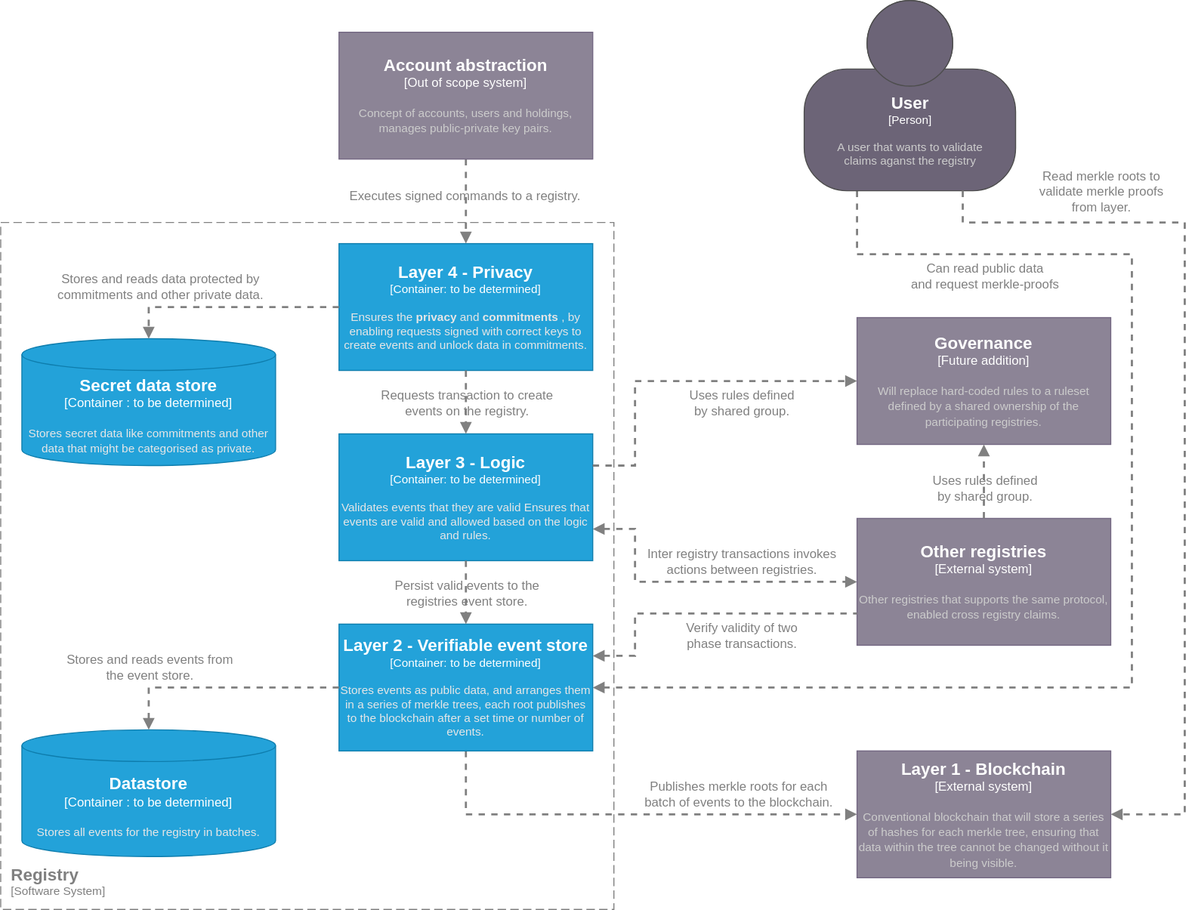
Above: doc/container_diagram.drawio.svg in project-origin/registry (draw.io), before the change. Source tidied: cells renumbered, new cells last; positions are measured from the earlier drawing's top-left corner, leaving out a move shared by most shapes.
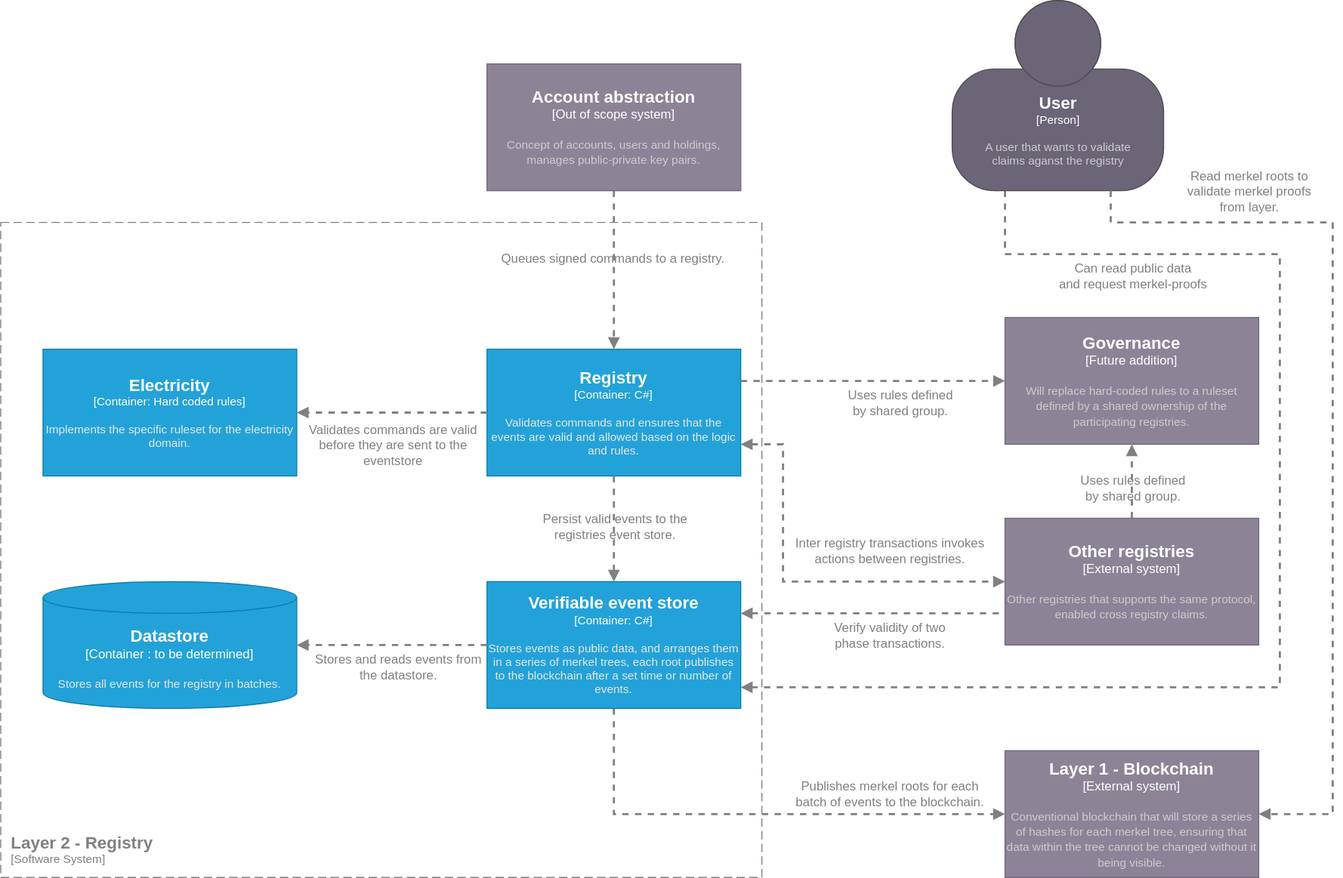
The same diagram one commit later.

What changed in the source:
```diff
@@ -11,20 +11,20 @@
     </mxCell>
     <mxCell id="3" value="Publishes merkel roots for each &lt;br&gt;batch of events to the blockchain." style="edgeLabel;html=1;align=center;verticalAlign=middle;fontSize=12;labelBackgroundColor=none;rounded=0;fontColor=#808080;" parent="2" vertex="1">
       <mxGeometry x="-0.14" y="-1" relative="1" as="geometry">
-        <mxPoint x="132" y="-21" as="offset" />
+        <mxPoint x="157" y="-21" as="offset" />
       </mxGeometry>
     </mxCell>
     <mxCell id="4" style="edgeStyle=none;html=1;exitX=1;exitY=0.75;exitDx=0;exitDy=0;exitPerimeter=0;entryX=0;entryY=0.5;entryDx=0;entryDy=0;entryPerimeter=0;dashed=1;startArrow=block;startFill=1;endArrow=block;endFill=1;rounded=0;fontColor=#808080;strokeColor=#808080;strokeWidth=2;" parent="1" edge="1" source="16" target="7">
       <mxGeometry relative="1" as="geometry">
         <Array as="points">
-          <mxPoint x="600" y="500" />
+          <mxPoint x="600" y="420" />
           <mxPoint x="600" y="550" />
         </Array>
       </mxGeometry>
     </mxCell>
     <mxCell id="5" value="Inter registry transactions invokes&lt;br&gt;actions between registries." style="edgeLabel;html=1;align=center;verticalAlign=middle;fontSize=12;labelBackgroundColor=none;rounded=0;fontColor=#808080;" parent="4" vertex="1">
       <mxGeometry x="-0.09" relative="1" as="geometry">
-        <mxPoint x="53" y="-20" as="offset" />
+        <mxPoint x="97" y="-30" as="offset" />
       </mxGeometry>
     </mxCell>
     <object id="6" label="&lt;font style=&quot;font-size: 16px&quot;&gt;&lt;b&gt;%c4Name%&lt;/b&gt;&lt;/font&gt;&lt;div&gt;[%c4Type%]&lt;/div&gt;&lt;br&gt;&lt;div&gt;&lt;font style=&quot;font-size: 11px&quot;&gt;&lt;font color=&quot;#cccccc&quot;&gt;%c4Description%&lt;/font&gt;&lt;/div&gt;" c4Description="Conventional blockchain that will store a series of hashes for each merkel tree, ensuring that data within the tree cannot be changed without it being visible." c4Name="Layer 1 - Blockchain" c4Type="External system" placeholders="1">
@@ -37,15 +37,15 @@
         <mxGeometry x="810" y="490" width="240" height="120" as="geometry" />
       </mxCell>
     </object>
-    <mxCell id="8" style="edgeStyle=none;html=1;entryX=0.5;entryY=0;entryDx=0;entryDy=0;entryPerimeter=0;dashed=1;fontSize=12;endArrow=block;endFill=1;rounded=0;fontColor=#808080;strokeColor=#808080;strokeWidth=2;" parent="1" edge="1" source="10" target="17">
+    <mxCell id="8" style="edgeStyle=none;html=1;entryX=0.5;entryY=0;entryDx=0;entryDy=0;entryPerimeter=0;dashed=1;fontSize=12;endArrow=block;endFill=1;rounded=0;fontColor=#808080;strokeColor=#808080;strokeWidth=2;" parent="1" edge="1" source="10" target="16">
       <mxGeometry relative="1" as="geometry" />
     </mxCell>
-    <mxCell id="9" value="Executes signed commands to a registry." style="edgeLabel;html=1;align=center;verticalAlign=middle;fontSize=12;labelBackgroundColor=none;rounded=0;fontColor=#808080;" parent="8" vertex="1">
+    <mxCell id="9" value="Queues signed commands to a registry." style="edgeLabel;html=1;align=center;verticalAlign=middle;fontSize=12;labelBackgroundColor=none;rounded=0;fontColor=#808080;" parent="8" vertex="1">
       <mxGeometry x="-0.15" y="-2" relative="1" as="geometry" />
     </mxCell>
     <object id="10" label="&lt;font style=&quot;font-size: 16px&quot;&gt;&lt;b&gt;%c4Name%&lt;/b&gt;&lt;/font&gt;&lt;div&gt;[%c4Type%]&lt;/div&gt;&lt;br&gt;&lt;div&gt;&lt;font style=&quot;font-size: 11px&quot;&gt;&lt;font color=&quot;#cccccc&quot;&gt;%c4Description%&lt;/font&gt;&lt;/div&gt;" c4Description="Concept of accounts, users and holdings, manages public-private key pairs.  " c4Name="Account abstraction" c4Type="Out of scope system" placeholders="1">
       <mxCell style="rounded=0;whiteSpace=wrap;html=1;labelBackgroundColor=none;fillColor=#8C8496;fontColor=#ffffff;align=center;arcSize=10;strokeColor=#736782;points=[[0.25,0,0],[0.5,0,0],[0.75,0,0],[1,0.25,0],[1,0.5,0],[1,0.75,0],[0.75,1,0],[0.5,1,0],[0.25,1,0],[0,0.75,0],[0,0.5,0],[0,0.25,0]];" parent="1" vertex="1">
-        <mxGeometry x="320" y="30" width="240" height="120" as="geometry" />
+        <mxGeometry x="320" y="60" width="240" height="120" as="geometry" />
       </mxCell>
     </object>
     <mxCell id="11" style="edgeStyle=none;html=1;dashed=1;fontSize=12;endArrow=block;endFill=1;exitX=0.25;exitY=1;exitDx=0;exitDy=0;exitPerimeter=0;rounded=0;fontColor=#808080;strokeColor=#808080;strokeWidth=2;" parent="1" edge="1" source="13">
@@ -69,24 +69,24 @@
         <mxGeometry x="760" width="200" height="180" as="geometry" />
       </mxCell>
     </object>
-    <object id="14" label="&lt;font style=&quot;font-size: 16px&quot;&gt;&lt;b&gt;&lt;div style=&quot;text-align: left&quot;&gt;%c4Name%&lt;/div&gt;&lt;/b&gt;&lt;/font&gt;&lt;div style=&quot;text-align: left&quot;&gt;[%c4Application%]&lt;/div&gt;" c4Application="Software System" c4Name="Registry" c4Type="SystemScopeBoundary" placeholders="1">
+    <object id="14" label="&lt;font style=&quot;font-size: 16px&quot;&gt;&lt;b&gt;&lt;div style=&quot;text-align: left&quot;&gt;%c4Name%&lt;/div&gt;&lt;/b&gt;&lt;/font&gt;&lt;div style=&quot;text-align: left&quot;&gt;[%c4Application%]&lt;/div&gt;" c4Application="Software System" c4Name="Layer 2 - Registry" c4Type="SystemScopeBoundary" placeholders="1">
       <mxCell style="rounded=0;fontSize=11;whiteSpace=wrap;html=1;dashed=1;arcSize=20;fillColor=none;strokeColor=#808080;fontColor=#808080;labelBackgroundColor=none;align=left;verticalAlign=bottom;labelBorderColor=none;spacingTop=0;spacing=10;dashPattern=8 4;perimeter=rectanglePerimeter;labelPadding=0;absoluteArcSize=1;strokeWidth=1;" parent="1" vertex="1">
-        <mxGeometry y="210" width="580" height="650" as="geometry" />
+        <mxGeometry x="-140" y="210" width="720" height="620" as="geometry" />
       </mxCell>
     </object>
-    <object id="15" label="&lt;font style=&quot;font-size: 16px&quot;&gt;&lt;b&gt;%c4Name%&lt;/b&gt;&lt;/font&gt;&lt;div&gt;[%c4Type%: %c4Technology%]&lt;/div&gt;&lt;br&gt;&lt;div&gt;&lt;font style=&quot;font-size: 11px&quot;&gt;&lt;font color=&quot;#E6E6E6&quot;&gt;%c4Description%&lt;/font&gt;&lt;/div&gt;" c4Description="Stores events as public data, and arranges them in a series of merkel trees, each root publishes to the blockchain after a set time or number of events." c4Name="Layer 2 - Verifiable event store" c4Technology="to be determined" c4Type="Container" placeholders="1">
+    <object id="15" label="&lt;font style=&quot;font-size: 16px&quot;&gt;&lt;b&gt;%c4Name%&lt;/b&gt;&lt;/font&gt;&lt;div&gt;[%c4Type%: %c4Technology%]&lt;/div&gt;&lt;br&gt;&lt;div&gt;&lt;font style=&quot;font-size: 11px&quot;&gt;&lt;font color=&quot;#E6E6E6&quot;&gt;%c4Description%&lt;/font&gt;&lt;/div&gt;" c4Description="Stores events as public data, and arranges them in a series of merkel trees, each root publishes to the blockchain after a set time or number of events." c4Name="Verifiable event store" c4Technology="C#" c4Type="Container" placeholders="1">
       <mxCell style="rounded=0;whiteSpace=wrap;html=1;fontSize=11;labelBackgroundColor=none;fillColor=#23A2D9;fontColor=#ffffff;align=center;arcSize=10;strokeColor=#0E7DAD;points=[[0.25,0,0],[0.5,0,0],[0.75,0,0],[1,0.25,0],[1,0.5,0],[1,0.75,0],[0.75,1,0],[0.5,1,0],[0.25,1,0],[0,0.75,0],[0,0.5,0],[0,0.25,0]];" parent="1" vertex="1">
-        <mxGeometry x="320" y="590" width="240" height="120" as="geometry" />
+        <mxGeometry x="320" y="550" width="240" height="120" as="geometry" />
       </mxCell>
     </object>
-    <object id="16" label="&lt;font style=&quot;font-size: 16px&quot;&gt;&lt;b&gt;%c4Name%&lt;/b&gt;&lt;/font&gt;&lt;div&gt;[%c4Type%: %c4Technology%]&lt;/div&gt;&lt;br&gt;&lt;div&gt;&lt;font style=&quot;font-size: 11px&quot;&gt;&lt;font color=&quot;#E6E6E6&quot;&gt;%c4Description%&lt;/font&gt;&lt;/div&gt;" c4Description="Validates events that they are valid Ensures that events are valid and allowed based on the logic and rules." c4Name="Layer 3 - Logic" c4Technology="to be determined" c4Type="Container" placeholders="1">
+    <object id="16" label="&lt;font style=&quot;font-size: 16px&quot;&gt;&lt;b&gt;%c4Name%&lt;/b&gt;&lt;/font&gt;&lt;div&gt;[%c4Type%: %c4Technology%]&lt;/div&gt;&lt;br&gt;&lt;div&gt;&lt;font style=&quot;font-size: 11px&quot;&gt;&lt;font color=&quot;#E6E6E6&quot;&gt;%c4Description%&lt;/font&gt;&lt;/div&gt;" c4Description="Validates commands and ensures that the events are valid and allowed based on the logic and rules." c4Name="Registry" c4Technology="C#" c4Type="Container" placeholders="1">
       <mxCell style="rounded=0;whiteSpace=wrap;html=1;fontSize=11;labelBackgroundColor=none;fillColor=#23A2D9;fontColor=#ffffff;align=center;arcSize=10;strokeColor=#0E7DAD;points=[[0.25,0,0],[0.5,0,0],[0.75,0,0],[1,0.25,0],[1,0.5,0],[1,0.75,0],[0.75,1,0],[0.5,1,0],[0.25,1,0],[0,0.75,0],[0,0.5,0],[0,0.25,0]];" parent="1" vertex="1">
-        <mxGeometry x="320" y="410" width="240" height="120" as="geometry" />
+        <mxGeometry x="320" y="330" width="240" height="120" as="geometry" />
       </mxCell>
     </object>
-    <object id="17" label="&lt;font style=&quot;font-size: 16px&quot;&gt;&lt;b&gt;%c4Name%&lt;/b&gt;&lt;/font&gt;&lt;div&gt;[%c4Type%: %c4Technology%]&lt;/div&gt;&lt;br&gt;&lt;div&gt;&lt;font style=&quot;font-size: 11px&quot;&gt;&lt;font color=&quot;#E6E6E6&quot;&gt;%c4Description%&lt;/font&gt;&lt;/div&gt;" c4Description="Ensures the &lt;b&gt;privacy&lt;/b&gt; and &lt;b&gt;commitments&lt;/b&gt;, by enabling requests signed with correct keys to create events and unlock data in commitments." c4Name="Layer 4 - Privacy" c4Technology="to be determined" c4Type="Container" placeholders="1">
+    <object id="17" label="&lt;font style=&quot;font-size: 16px&quot;&gt;&lt;b&gt;%c4Name%&lt;/b&gt;&lt;/font&gt;&lt;div&gt;[%c4Type%: %c4Technology%]&lt;/div&gt;&lt;br&gt;&lt;div&gt;&lt;font style=&quot;font-size: 11px&quot;&gt;&lt;font color=&quot;#E6E6E6&quot;&gt;%c4Description%&lt;/font&gt;&lt;/div&gt;" c4Description="Implements the specific ruleset for the electricity domain." c4Name="Electricity" c4Technology="Hard coded rules" c4Type="Container" placeholders="1">
       <mxCell style="rounded=0;whiteSpace=wrap;html=1;fontSize=11;labelBackgroundColor=none;fillColor=#23A2D9;fontColor=#ffffff;align=center;arcSize=10;strokeColor=#0E7DAD;points=[[0.25,0,0],[0.5,0,0],[0.75,0,0],[1,0.25,0],[1,0.5,0],[1,0.75,0],[0.75,1,0],[0.5,1,0],[0.25,1,0],[0,0.75,0],[0,0.5,0],[0,0.25,0]];" parent="1" vertex="1">
-        <mxGeometry x="320" y="230" width="240" height="120" as="geometry" />
+        <mxGeometry x="-100" y="330" width="240" height="120" as="geometry" />
       </mxCell>
     </object>
     <mxCell id="18" style="edgeStyle=none;html=1;entryX=0.5;entryY=0;entryDx=0;entryDy=0;entryPerimeter=0;dashed=1;endArrow=block;endFill=1;rounded=0;fontColor=#808080;strokeColor=#808080;exitX=0.5;exitY=1;exitDx=0;exitDy=0;exitPerimeter=0;strokeWidth=2;" parent="1" edge="1" source="16" target="15">
@@ -97,46 +97,25 @@
         <mxPoint x="1" y="4" as="offset" />
       </mxGeometry>
     </mxCell>
-    <mxCell id="20" style="edgeStyle=none;html=1;entryX=0.5;entryY=0;entryDx=0;entryDy=0;entryPerimeter=0;dashed=1;endArrow=block;endFill=1;rounded=0;fontColor=#808080;strokeColor=#808080;exitX=0.5;exitY=1;exitDx=0;exitDy=0;exitPerimeter=0;strokeWidth=2;" parent="1" edge="1" source="17" target="16">
+    <mxCell id="20" style="edgeStyle=none;html=1;dashed=1;endArrow=block;endFill=1;rounded=0;fontColor=#808080;strokeColor=#808080;strokeWidth=2;exitX=0;exitY=0.5;exitDx=0;exitDy=0;exitPerimeter=0;entryX=1;entryY=0.5;entryDx=0;entryDy=0;entryPerimeter=0;" parent="1" edge="1" source="16" target="17">
       <mxGeometry relative="1" as="geometry" />
     </mxCell>
-    <mxCell id="21" value="Requests transaction to create &lt;br&gt;events on the registry.&amp;nbsp;" style="edgeLabel;html=1;align=center;verticalAlign=middle;fontSize=12;labelBackgroundColor=none;rounded=0;fontColor=#808080;" parent="20" vertex="1">
+    <mxCell id="21" value="Validates commands are valid&lt;br&gt;before&amp;nbsp;they are sent to the&lt;br&gt;eventstore" style="edgeLabel;html=1;align=center;verticalAlign=middle;fontSize=12;labelBackgroundColor=none;rounded=0;fontColor=#808080;" parent="20" vertex="1">
       <mxGeometry x="-0.14" y="-1" relative="1" as="geometry">
-        <mxPoint x="1" y="4" as="offset" />
+        <mxPoint x="-12" y="31" as="offset" />
       </mxGeometry>
     </mxCell>
-    <object id="22" label="&lt;font style=&quot;font-size: 16px&quot;&gt;&lt;b&gt;%c4Type%&lt;/font&gt;&lt;div&gt;[%c4Container%:&amp;nbsp;%c4Technology%]&lt;/div&gt;&lt;br&gt;&lt;div&gt;&lt;font style=&quot;font-size: 11px&quot;&gt;&lt;font color=&quot;#E6E6E6&quot;&gt;%c4Description%&lt;/font&gt;&lt;/div&gt;" c4Container="Container " c4Description="Stores secret data like commitments and other data that might be categorised as private." c4Technology="to be determined" c4Type="Secret data store" placeholders="1">
-      <mxCell style="shape=cylinder3;size=15;whiteSpace=wrap;html=1;boundedLbl=1;rounded=0;labelBackgroundColor=none;fillColor=#23A2D9;fontSize=12;fontColor=#ffffff;align=center;strokeColor=#0E7DAD;points=[[0.5,0,0],[1,0.25,0],[1,0.5,0],[1,0.75,0],[0.5,1,0],[0,0.75,0],[0,0.5,0],[0,0.25,0]];" parent="1" vertex="1">
-        <mxGeometry x="20" y="320" width="240" height="120" as="geometry" />
-      </mxCell>
-    </object>
-    <mxCell id="23" style="edgeStyle=none;html=1;entryX=0.5;entryY=0;entryDx=0;entryDy=0;entryPerimeter=0;dashed=1;endArrow=block;endFill=1;rounded=0;fontColor=#808080;strokeColor=#808080;exitX=0;exitY=0.5;exitDx=0;exitDy=0;exitPerimeter=0;strokeWidth=2;" parent="1" edge="1" source="17" target="22">
-      <mxGeometry relative="1" as="geometry">
-        <Array as="points">
-          <mxPoint x="140" y="290" />
-        </Array>
-      </mxGeometry>
-    </mxCell>
-    <mxCell id="24" value="Stores and reads data protected by&lt;br&gt;commitments and other private data." style="edgeLabel;html=1;align=center;verticalAlign=middle;fontSize=12;labelBackgroundColor=none;rounded=0;fontColor=#808080;" parent="23" vertex="1">
-      <mxGeometry x="-0.14" y="-1" relative="1" as="geometry">
-        <mxPoint x="-79" y="-19" as="offset" />
-      </mxGeometry>
-    </mxCell>
     <object id="25" label="&lt;font style=&quot;font-size: 16px&quot;&gt;&lt;b&gt;%c4Type%&lt;/font&gt;&lt;div&gt;[%c4Container%:&amp;nbsp;%c4Technology%]&lt;/div&gt;&lt;br&gt;&lt;div&gt;&lt;font style=&quot;font-size: 11px&quot;&gt;&lt;font color=&quot;#E6E6E6&quot;&gt;%c4Description%&lt;/font&gt;&lt;/div&gt;" c4Container="Container " c4Description="Stores all events for the registry in batches." c4Technology="to be determined" c4Type="Datastore" placeholders="1">
       <mxCell style="shape=cylinder3;size=15;whiteSpace=wrap;html=1;boundedLbl=1;rounded=0;labelBackgroundColor=none;fillColor=#23A2D9;fontSize=12;fontColor=#ffffff;align=center;strokeColor=#0E7DAD;points=[[0.5,0,0],[1,0.25,0],[1,0.5,0],[1,0.75,0],[0.5,1,0],[0,0.75,0],[0,0.5,0],[0,0.25,0]];" parent="1" vertex="1">
-        <mxGeometry x="20" y="690" width="240" height="120" as="geometry" />
+        <mxGeometry x="-100" y="550" width="240" height="120" as="geometry" />
       </mxCell>
     </object>
-    <mxCell id="26" style="edgeStyle=none;html=1;entryX=0.5;entryY=0;entryDx=0;entryDy=0;entryPerimeter=0;dashed=1;endArrow=block;endFill=1;rounded=0;fontColor=#808080;strokeColor=#808080;exitX=0;exitY=0.5;exitDx=0;exitDy=0;exitPerimeter=0;strokeWidth=2;" parent="1" edge="1" source="15" target="25">
-      <mxGeometry relative="1" as="geometry">
-        <Array as="points">
-          <mxPoint x="140" y="650" />
-        </Array>
-      </mxGeometry>
+    <mxCell id="26" style="edgeStyle=none;html=1;entryX=1;entryY=0.5;entryDx=0;entryDy=0;entryPerimeter=0;dashed=1;endArrow=block;endFill=1;rounded=0;fontColor=#808080;strokeColor=#808080;exitX=0;exitY=0.5;exitDx=0;exitDy=0;exitPerimeter=0;strokeWidth=2;" parent="1" edge="1" source="15" target="25">
+      <mxGeometry relative="1" as="geometry" />
     </mxCell>
-    <mxCell id="27" value="Stores and reads events from&lt;br&gt;the event store." style="edgeLabel;html=1;align=center;verticalAlign=middle;fontSize=12;labelBackgroundColor=none;rounded=0;fontColor=#808080;" parent="26" vertex="1">
+    <mxCell id="27" value="Stores and reads events from&lt;br&gt;the datastore." style="edgeLabel;html=1;align=center;verticalAlign=middle;fontSize=12;labelBackgroundColor=none;rounded=0;fontColor=#808080;" parent="26" vertex="1">
       <mxGeometry x="-0.14" y="-1" relative="1" as="geometry">
-        <mxPoint x="-85" y="-19" as="offset" />
+        <mxPoint x="-7" y="21" as="offset" />
       </mxGeometry>
     </mxCell>
     <object id="28" label="&lt;font style=&quot;font-size: 16px&quot;&gt;&lt;b&gt;%c4Name%&lt;/b&gt;&lt;/font&gt;&lt;div&gt;[%c4Type%]&lt;/div&gt;&lt;br&gt;&lt;div&gt;&lt;font style=&quot;font-size: 11px&quot;&gt;&lt;font color=&quot;#cccccc&quot;&gt;%c4Description%&lt;/font&gt;&lt;/div&gt;" c4Description="Will replace hard-coded rules to a ruleset defined by a shared ownership of the participating registries." c4Name="Governance " c4Type="Future addition" placeholders="1">
@@ -145,16 +124,11 @@
       </mxCell>
     </object>
     <mxCell id="29" style="edgeStyle=none;html=1;entryX=0;entryY=0.5;entryDx=0;entryDy=0;entryPerimeter=0;dashed=1;fontSize=12;endArrow=block;endFill=1;rounded=0;fontColor=#808080;strokeColor=#808080;strokeWidth=2;exitX=1;exitY=0.25;exitDx=0;exitDy=0;exitPerimeter=0;" parent="1" edge="1" source="16" target="28">
-      <mxGeometry relative="1" as="geometry">
-        <Array as="points">
-          <mxPoint x="600" y="440" />
-          <mxPoint x="600" y="360" />
-        </Array>
-      </mxGeometry>
+      <mxGeometry relative="1" as="geometry" />
     </mxCell>
     <mxCell id="30" value="Uses rules defined&lt;br&gt;by shared group." style="edgeLabel;html=1;align=center;verticalAlign=middle;fontSize=12;labelBackgroundColor=none;rounded=0;fontColor=#808080;" parent="29" vertex="1">
       <mxGeometry x="-0.15" y="-2" relative="1" as="geometry">
-        <mxPoint x="79" y="18" as="offset" />
+        <mxPoint x="43" y="18" as="offset" />
       </mxGeometry>
     </mxCell>
     <mxCell id="31" style="edgeStyle=none;html=1;entryX=0.5;entryY=1;entryDx=0;entryDy=0;entryPerimeter=0;dashed=1;fontSize=12;endArrow=block;endFill=1;rounded=0;fontColor=#808080;strokeColor=#808080;strokeWidth=2;exitX=0.5;exitY=0;exitDx=0;exitDy=0;exitPerimeter=0;" parent="1" edge="1" source="7" target="28">
@@ -166,16 +140,11 @@
       </mxGeometry>
     </mxCell>
     <mxCell id="33" style="edgeStyle=none;html=1;exitX=1;exitY=0.25;exitDx=0;exitDy=0;exitPerimeter=0;entryX=0;entryY=0.75;entryDx=0;entryDy=0;entryPerimeter=0;dashed=1;startArrow=block;startFill=1;endArrow=none;endFill=0;rounded=0;fontColor=#808080;strokeColor=#808080;strokeWidth=2;" parent="1" edge="1" source="15" target="7">
-      <mxGeometry relative="1" as="geometry">
-        <Array as="points">
-          <mxPoint x="600" y="620" />
-          <mxPoint x="600" y="580" />
-        </Array>
-      </mxGeometry>
+      <mxGeometry relative="1" as="geometry" />
     </mxCell>
     <mxCell id="34" value="Verify validity of two &lt;br&gt;phase transactions." style="edgeLabel;html=1;align=center;verticalAlign=middle;fontSize=12;labelBackgroundColor=none;rounded=0;fontColor=#808080;" parent="33" vertex="1">
       <mxGeometry x="-0.09" relative="1" as="geometry">
-        <mxPoint x="48" y="20" as="offset" />
+        <mxPoint x="26" y="20" as="offset" />
       </mxGeometry>
     </mxCell>
     <mxCell id="35" style="edgeStyle=none;html=1;dashed=1;fontSize=12;endArrow=block;endFill=1;exitX=0.75;exitY=1;exitDx=0;exitDy=0;exitPerimeter=0;rounded=0;fontColor=#808080;strokeColor=#808080;strokeWidth=2;entryX=1;entryY=0.5;entryDx=0;entryDy=0;entryPerimeter=0;" parent="1" edge="1" source="13" target="6">
```
